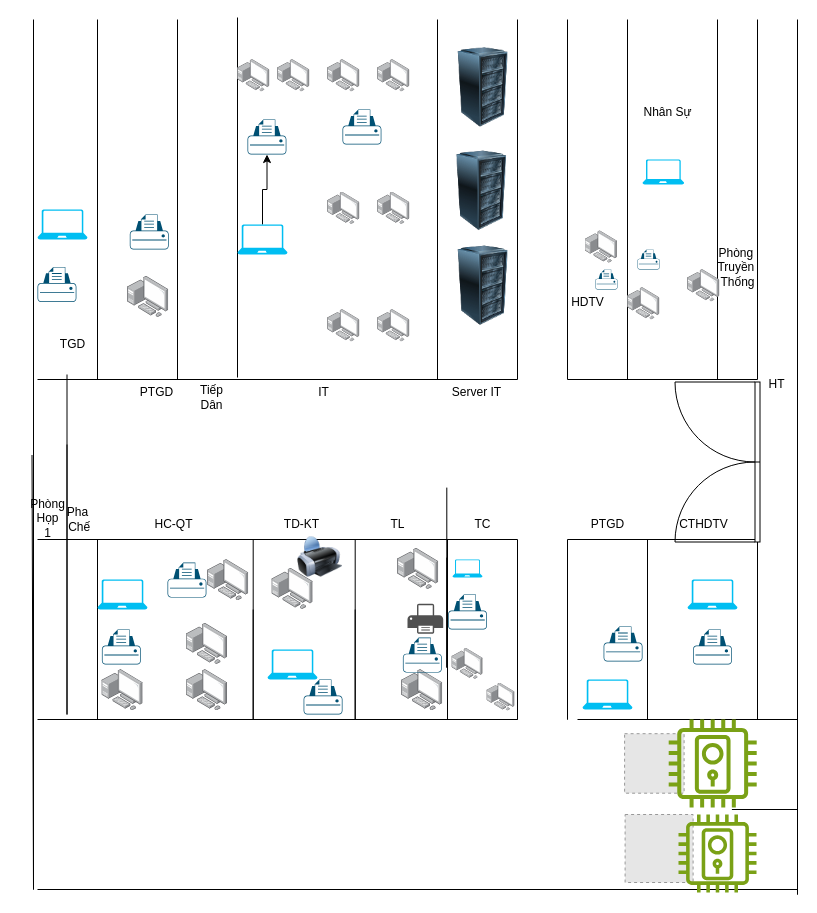
Earlier version of the draw.io diagram Heelo.drawio (vanminhtran1/vanminh). Source tidied: cells renumbered, new cells numbered last; positions are measured from the earlier drawing's top-left corner, leaving out a move shared by most shapes. Both pictures are drawn from the tidied source at 100%, with x=0, y=0 at pixel (17, 17). Pictures stored in the file or linked from it are replaced by grey dashed boxes.
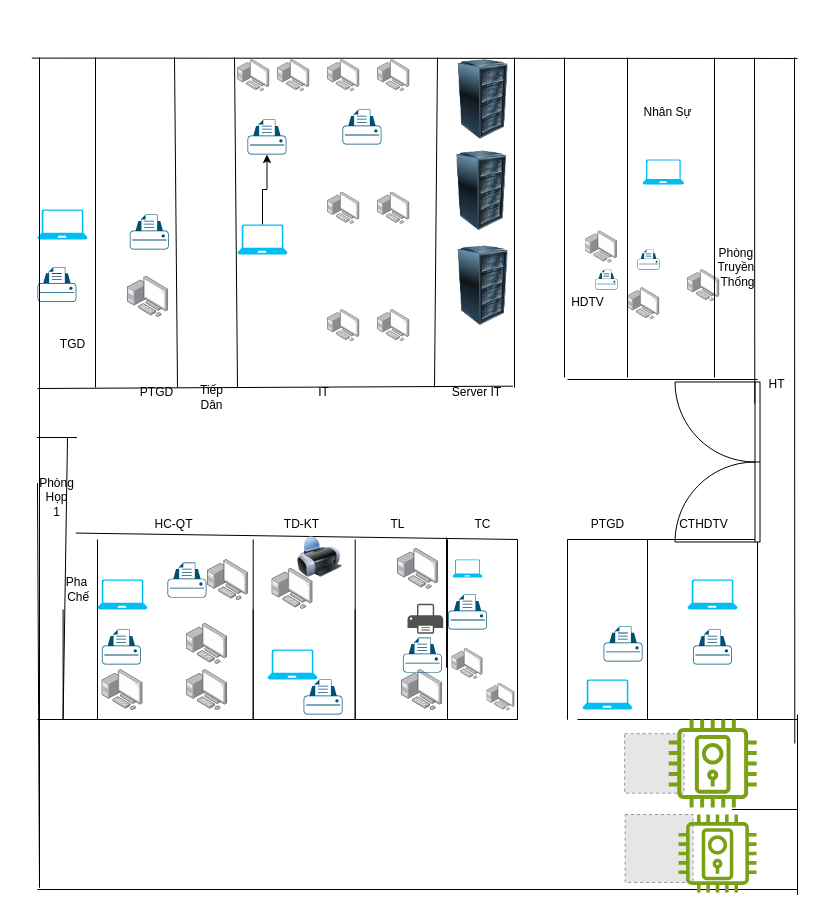
The same diagram, later.

The change refers to these unchanged cells:
```xml
<mxCell id="35" value="Server IT" style="text;html=1;align=center;verticalAlign=middle;points=[];strokeColor=none;fillColor=none;" parent="1" vertex="1">
  <mxGeometry x="424.3" y="360" width="70" height="30" as="geometry" />
</mxCell>
```

What changed in the source:
```diff
@@
-    <mxCell id="2" style="endArrow=none;html=1;rounded=0;" parent="1" edge="1">
+    <mxCell id="2" style="endArrow=none;html=1;rounded=0;entryX=1.017;entryY=0.289;entryDx=0;entryDy=0;entryPerimeter=0;" parent="1" edge="1" target="35">
       <mxGeometry relative="1" as="geometry">
-        <mxPoint x="20" y="362" as="sourcePoint" />
-        <mxPoint x="500" y="362" as="targetPoint" />
+        <mxPoint x="20" y="371" as="sourcePoint" />
       </mxGeometry>
     </mxCell>
@@
-    <mxCell id="4" style="endArrow=none;html=1;rounded=0;" parent="1" edge="1">
-      <mxGeometry relative="1" as="geometry">
-        <mxPoint x="500" y="362" as="sourcePoint" />
-        <mxPoint x="500" y="2" as="targetPoint" />
-      </mxGeometry>
-    </mxCell>
-    <mxCell id="5" style="endArrow=none;html=1;rounded=0;" parent="1" edge="1">
-      <mxGeometry relative="1" as="geometry">
-        <mxPoint x="550" y="362" as="sourcePoint" />
-        <mxPoint x="550" y="2" as="targetPoint" />
-      </mxGeometry>
-    </mxCell>
-    <mxCell id="6" style="endArrow=none;html=1;rounded=0;" parent="1" edge="1">
+    <mxCell id="6" style="endArrow=none;html=1;rounded=0;exitX=0.814;exitY=1.093;exitDx=0;exitDy=0;exitPerimeter=0;" parent="1" edge="1" source="86">
       <mxGeometry relative="1" as="geometry">
-        <mxPoint x="20" y="522" as="sourcePoint" />
         <mxPoint x="500" y="522" as="targetPoint" />
       </mxGeometry>
     </mxCell>
@@
-    <mxCell id="8" style="endArrow=none;html=1;rounded=0;" parent="1" edge="1">
-      <mxGeometry relative="1" as="geometry">
-        <mxPoint x="420" y="362" as="sourcePoint" />
-        <mxPoint x="420" y="2" as="targetPoint" />
-      </mxGeometry>
-    </mxCell>
-    <mxCell id="9" style="endArrow=none;html=1;rounded=0;" parent="1" edge="1">
-      <mxGeometry relative="1" as="geometry">
-        <mxPoint x="220" y="360" as="sourcePoint" />
-        <mxPoint x="220" as="targetPoint" />
-      </mxGeometry>
-    </mxCell>
-    <mxCell id="10" style="endArrow=none;html=1;rounded=0;" parent="1" edge="1">
-      <mxGeometry relative="1" as="geometry">
-        <mxPoint x="160" y="362" as="sourcePoint" />
-        <mxPoint x="160" y="2" as="targetPoint" />
-      </mxGeometry>
-    </mxCell>
     <mxCell id="11" style="endArrow=none;html=1;rounded=0;" parent="1" edge="1">
       <mxGeometry relative="1" as="geometry">
-        <mxPoint x="80" y="362" as="sourcePoint" />
-        <mxPoint x="80" y="2" as="targetPoint" />
+        <mxPoint x="78" y="370" as="sourcePoint" />
+        <mxPoint x="78" y="40" as="targetPoint" />
       </mxGeometry>
     </mxCell>
-    <mxCell id="12" style="endArrow=none;html=1;rounded=0;" parent="1" edge="1">
-      <mxGeometry relative="1" as="geometry">
-        <mxPoint x="49.5" y="427" as="sourcePoint" />
-        <mxPoint x="49.5" y="357" as="targetPoint" />
-        <Array as="points">
-          <mxPoint x="49.5" y="697" />
-        </Array>
-      </mxGeometry>
-    </mxCell>
@@
     <mxCell id="15" style="endArrow=none;html=1;rounded=0;" parent="1" edge="1">
       <mxGeometry relative="1" as="geometry">
         <mxPoint x="429.3" y="540.1" as="sourcePoint" />
-        <mxPoint x="429.3" y="470.1" as="targetPoint" />
+        <mxPoint x="429" y="520" as="targetPoint" />
         <Array as="points">
           <mxPoint x="429.3" y="650.1" />
         </Array>
       </mxGeometry>
     </mxCell>
@@
-    <mxCell id="20" style="endArrow=none;html=1;rounded=0;" parent="1" edge="1">
-      <mxGeometry relative="1" as="geometry">
-        <mxPoint x="610" y="362" as="sourcePoint" />
-        <mxPoint x="610" y="2" as="targetPoint" />
-      </mxGeometry>
-    </mxCell>
@@
-    <mxCell id="23" style="endArrow=none;html=1;rounded=0;" parent="1" edge="1">
-      <mxGeometry relative="1" as="geometry">
-        <mxPoint x="700" y="362" as="sourcePoint" />
-        <mxPoint x="700" y="2" as="targetPoint" />
-      </mxGeometry>
-    </mxCell>
-    <mxCell id="24" style="endArrow=none;html=1;rounded=0;" parent="1" edge="1">
-      <mxGeometry relative="1" as="geometry">
-        <mxPoint x="740" y="362" as="sourcePoint" />
-        <mxPoint x="740" y="2" as="targetPoint" />
-      </mxGeometry>
-    </mxCell>
-    <mxCell id="25" style="endArrow=none;html=1;rounded=0;" parent="1" edge="1">
-      <mxGeometry relative="1" as="geometry">
-        <mxPoint x="780" y="702" as="sourcePoint" />
-        <mxPoint x="780" y="2" as="targetPoint" />
-      </mxGeometry>
-    </mxCell>
@@
     <mxCell id="58" value="&lt;div&gt;Pha&lt;/div&gt;&lt;div&gt;&amp;nbsp;Chế&lt;br&gt;&lt;/div&gt;" style="text;html=1;align=center;verticalAlign=middle;strokeColor=none;fillColor=none;" parent="1" vertex="1">
-      <mxGeometry x="34.5" y="482" width="50" height="40" as="geometry" />
+      <mxGeometry x="34.4" y="552" width="50" height="40" as="geometry" />
     </mxCell>
@@
     <mxCell id="86" value="&lt;div&gt;Phòng&lt;/div&gt;&lt;div&gt;Họp&lt;/div&gt;&lt;div&gt;1&lt;br&gt;&lt;/div&gt;" style="text;html=1;align=center;verticalAlign=middle;points=[];strokeColor=none;fillColor=none;" parent="1" vertex="1">
-      <mxGeometry y="470.8" width="60" height="60" as="geometry" />
+      <mxGeometry x="9.4" y="450" width="60" height="60" as="geometry" />
     </mxCell>
@@
     <mxCell id="91" style="image;html=1;image=img/lib/clip_art/computers/Server_Rack_128x128.png;" parent="1" vertex="1">
-      <mxGeometry x="425.7" y="30" width="80" height="80" as="geometry" />
+      <mxGeometry x="425.7" y="42" width="80" height="80" as="geometry" />
     </mxCell>
@@
     <mxCell id="96" style="endArrow=none;html=1;rounded=0;" parent="1" edge="1">
       <mxGeometry relative="1" as="geometry">
-        <mxPoint x="14.5" y="437.5" as="sourcePoint" />
-        <mxPoint x="16" y="2" as="targetPoint" />
+        <mxPoint x="20" y="465.5" as="sourcePoint" />
+        <mxPoint x="22" y="40" as="targetPoint" />
         <Array as="points">
-          <mxPoint x="16" y="872" />
+          <mxPoint x="22" y="870" />
         </Array>
       </mxGeometry>
     </mxCell>
@@
+    <mxCell id="102" style="endArrow=none;html=1;rounded=0;" parent="1" edge="1">
+      <mxGeometry relative="1" as="geometry">
+        <mxPoint x="160" y="370" as="sourcePoint" />
+        <mxPoint x="157" y="40" as="targetPoint" />
+      </mxGeometry>
+    </mxCell>
+    <mxCell id="103" style="endArrow=none;html=1;rounded=0;" parent="1" edge="1">
+      <mxGeometry relative="1" as="geometry">
+        <mxPoint x="220" y="370" as="sourcePoint" />
+        <mxPoint x="217" y="40" as="targetPoint" />
+      </mxGeometry>
+    </mxCell>
+    <mxCell id="104" style="endArrow=none;html=1;rounded=0;" parent="1" edge="1">
+      <mxGeometry relative="1" as="geometry">
+        <mxPoint x="417" y="370" as="sourcePoint" />
+        <mxPoint x="420" y="40" as="targetPoint" />
+      </mxGeometry>
+    </mxCell>
+    <mxCell id="105" style="endArrow=none;html=1;rounded=0;" parent="1" edge="1">
+      <mxGeometry relative="1" as="geometry">
+        <mxPoint x="497" y="370" as="sourcePoint" />
+        <mxPoint x="497" y="40" as="targetPoint" />
+      </mxGeometry>
+    </mxCell>
+    <mxCell id="106" style="endArrow=none;html=1;rounded=0;" parent="1" edge="1">
+      <mxGeometry relative="1" as="geometry">
+        <mxPoint x="547" y="360" as="sourcePoint" />
+        <mxPoint x="547" y="40" as="targetPoint" />
+      </mxGeometry>
+    </mxCell>
+    <mxCell id="107" style="endArrow=none;html=1;rounded=0;" parent="1" edge="1">
+      <mxGeometry relative="1" as="geometry">
+        <mxPoint x="610" y="360" as="sourcePoint" />
+        <mxPoint x="610" y="40" as="targetPoint" />
+      </mxGeometry>
+    </mxCell>
+    <mxCell id="108" style="endArrow=none;html=1;rounded=0;" parent="1" edge="1">
+      <mxGeometry relative="1" as="geometry">
+        <mxPoint x="697" y="360" as="sourcePoint" />
+        <mxPoint x="697" y="40" as="targetPoint" />
+      </mxGeometry>
+    </mxCell>
+    <mxCell id="109" style="endArrow=none;html=1;rounded=0;" parent="1" edge="1">
+      <mxGeometry relative="1" as="geometry">
+        <mxPoint x="737.3" y="386" as="sourcePoint" />
+        <mxPoint x="737" y="40" as="targetPoint" />
+      </mxGeometry>
+    </mxCell>
+    <mxCell id="110" style="endArrow=none;html=1;rounded=0;" parent="1" edge="1">
+      <mxGeometry relative="1" as="geometry">
+        <mxPoint x="777.3" y="726" as="sourcePoint" />
+        <mxPoint x="777" y="40" as="targetPoint" />
+      </mxGeometry>
+    </mxCell>
+    <mxCell id="111" style="endArrow=none;html=1;rounded=0;" parent="1" edge="1">
+      <mxGeometry relative="1" as="geometry">
+        <mxPoint x="14.3" y="40.6" as="sourcePoint" />
+        <mxPoint x="780" y="41" as="targetPoint" />
+      </mxGeometry>
+    </mxCell>
+    <mxCell id="112" style="endArrow=none;html=1;rounded=0;" parent="1" edge="1">
+      <mxGeometry relative="1" as="geometry">
+        <mxPoint x="45.6" y="592" as="sourcePoint" />
+        <mxPoint x="50" y="420" as="targetPoint" />
+        <Array as="points">
+          <mxPoint x="45.6" y="702" />
+        </Array>
+      </mxGeometry>
+    </mxCell>
+    <mxCell id="113" style="endArrow=none;html=1;rounded=0;" parent="1" edge="1">
+      <mxGeometry relative="1" as="geometry">
+        <mxPoint x="59.4" y="420" as="sourcePoint" />
+        <mxPoint x="19.4" y="420" as="targetPoint" />
+      </mxGeometry>
+    </mxCell>
```
